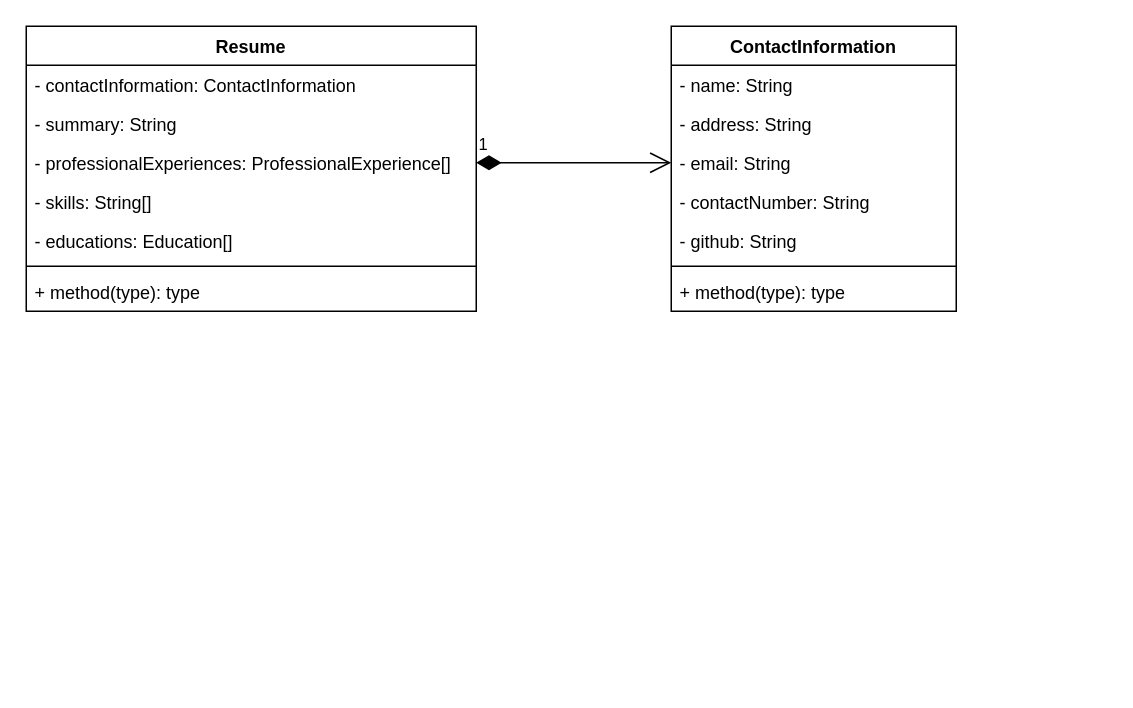
This is uml/resume.drawio from onlits-learning-solutions/ols2403, a draw.io file, before an edit. Source tidied: cells renumbered, new cells numbered last; positions are measured from the earlier drawing's top-left corner, leaving out a move shared by most shapes. Both pictures are drawn from the tidied source at 150%, with x=0, y=0 at pixel (26, 26).
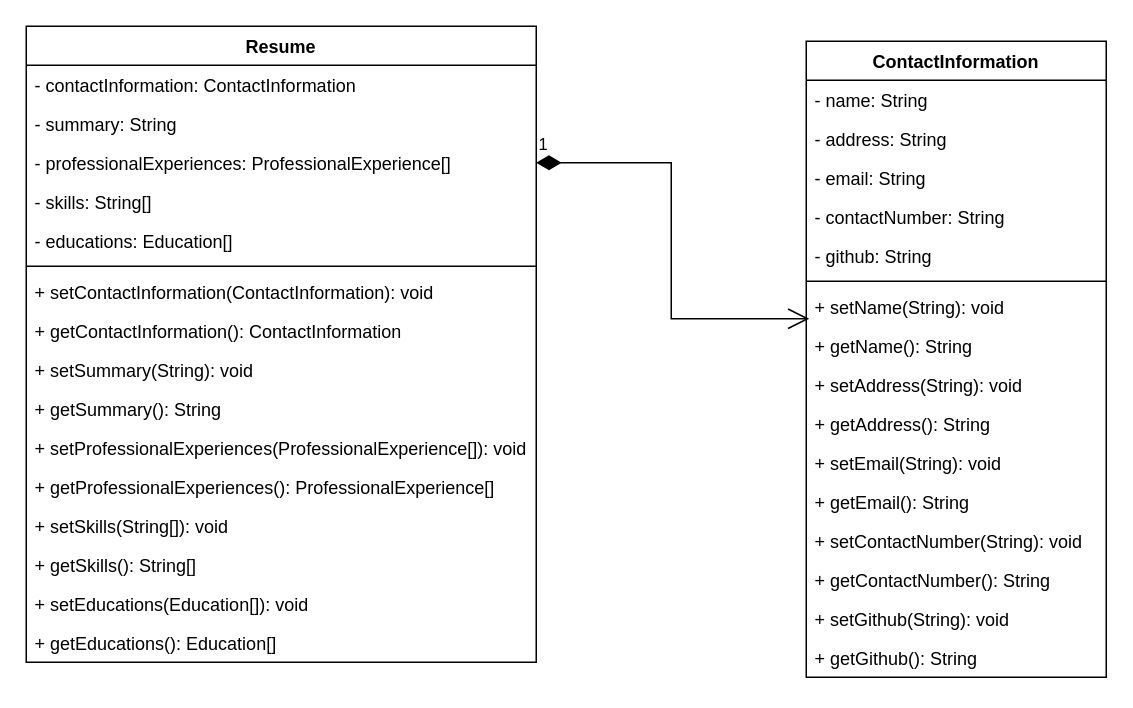
The same diagram, later.

Change to the diagram source:
```diff
@@
     <mxCell id="2" value="Resume" style="swimlane;fontStyle=1;align=center;verticalAlign=top;horizontal=1;startSize=26;whiteSpace=wrap;html=1;" parent="1" vertex="1">
-      <mxGeometry width="300" height="190" as="geometry" />
+      <mxGeometry width="340" height="424" as="geometry" />
     </mxCell>
     <mxCell id="3" value="- contactInformation: ContactInformation" style="text;strokeColor=none;fillColor=none;align=left;verticalAlign=top;spacingLeft=4;spacingRight=4;overflow=hidden;whiteSpace=wrap;html=1;" parent="2" vertex="1">
-      <mxGeometry y="26" width="300" height="26" as="geometry" />
+      <mxGeometry y="26" width="340" height="26" as="geometry" />
     </mxCell>
     <mxCell id="4" value="- summary: String" style="text;strokeColor=none;fillColor=none;align=left;verticalAlign=top;spacingLeft=4;spacingRight=4;overflow=hidden;whiteSpace=wrap;html=1;" parent="2" vertex="1">
-      <mxGeometry y="52" width="300" height="26" as="geometry" />
+      <mxGeometry y="52" width="340" height="26" as="geometry" />
     </mxCell>
     <mxCell id="5" value="- professionalExperiences: ProfessionalExperience[]" style="text;strokeColor=none;fillColor=none;align=left;verticalAlign=top;spacingLeft=4;spacingRight=4;overflow=hidden;points=[[0,0.5],[1,0.5]];portConstraint=eastwest;whiteSpace=wrap;html=1;" parent="2" vertex="1">
-      <mxGeometry y="78" width="300" height="26" as="geometry" />
+      <mxGeometry y="78" width="340" height="26" as="geometry" />
     </mxCell>
     <mxCell id="6" value="- skills: String[]" style="text;strokeColor=none;fillColor=none;align=left;verticalAlign=top;spacingLeft=4;spacingRight=4;overflow=hidden;whiteSpace=wrap;html=1;" parent="2" vertex="1">
-      <mxGeometry y="104" width="300" height="26" as="geometry" />
+      <mxGeometry y="104" width="340" height="26" as="geometry" />
     </mxCell>
     <mxCell id="7" value="- educations: Education[]" style="text;strokeColor=none;fillColor=none;align=left;verticalAlign=top;spacingLeft=4;spacingRight=4;overflow=hidden;whiteSpace=wrap;html=1;" parent="2" vertex="1">
-      <mxGeometry y="130" width="300" height="26" as="geometry" />
+      <mxGeometry y="130" width="340" height="26" as="geometry" />
     </mxCell>
     <mxCell id="8" style="line;strokeWidth=1;fillColor=none;align=left;verticalAlign=middle;spacingTop=-1;spacingLeft=3;spacingRight=3;labelPosition=right;strokeColor=inherit;" parent="2" vertex="1">
-      <mxGeometry y="156" width="300" height="8" as="geometry" />
+      <mxGeometry y="156" width="340" height="8" as="geometry" />
     </mxCell>
-    <mxCell id="9" value="+ method(type): type" style="text;strokeColor=none;fillColor=none;align=left;verticalAlign=top;spacingLeft=4;spacingRight=4;overflow=hidden;whiteSpace=wrap;html=1;" parent="2" vertex="1">
-      <mxGeometry y="164" width="300" height="26" as="geometry" />
+    <mxCell id="9" value="+ setContactInformation(ContactInformation): void" style="text;strokeColor=none;fillColor=none;align=left;verticalAlign=top;spacingLeft=4;spacingRight=4;overflow=hidden;whiteSpace=wrap;html=1;" parent="2" vertex="1">
+      <mxGeometry y="164" width="340" height="26" as="geometry" />
     </mxCell>
+    <mxCell id="19" value="+ getContactInformation(): ContactInformation" style="text;strokeColor=none;fillColor=none;align=left;verticalAlign=top;spacingLeft=4;spacingRight=4;overflow=hidden;whiteSpace=wrap;html=1;" parent="2" vertex="1">
+      <mxGeometry y="190" width="340" height="26" as="geometry" />
+    </mxCell>
+    <mxCell id="20" value="+ setSummary(String): void" style="text;strokeColor=none;fillColor=none;align=left;verticalAlign=top;spacingLeft=4;spacingRight=4;overflow=hidden;whiteSpace=wrap;html=1;" parent="2" vertex="1">
+      <mxGeometry y="216" width="340" height="26" as="geometry" />
+    </mxCell>
+    <mxCell id="21" value="+ getSummary(): String" style="text;strokeColor=none;fillColor=none;align=left;verticalAlign=top;spacingLeft=4;spacingRight=4;overflow=hidden;whiteSpace=wrap;html=1;" parent="2" vertex="1">
+      <mxGeometry y="242" width="340" height="26" as="geometry" />
+    </mxCell>
+    <mxCell id="22" value="+ setProfessionalExperiences(ProfessionalExperience[]): void" style="text;strokeColor=none;fillColor=none;align=left;verticalAlign=top;spacingLeft=4;spacingRight=4;overflow=hidden;whiteSpace=wrap;html=1;" parent="2" vertex="1">
+      <mxGeometry y="268" width="340" height="26" as="geometry" />
+    </mxCell>
+    <mxCell id="23" value="+ getProfessionalExperiences(): ProfessionalExperience[]" style="text;strokeColor=none;fillColor=none;align=left;verticalAlign=top;spacingLeft=4;spacingRight=4;overflow=hidden;whiteSpace=wrap;html=1;" parent="2" vertex="1">
+      <mxGeometry y="294" width="340" height="26" as="geometry" />
+    </mxCell>
+    <mxCell id="24" value="+ setSkills(String[]): void" style="text;strokeColor=none;fillColor=none;align=left;verticalAlign=top;spacingLeft=4;spacingRight=4;overflow=hidden;whiteSpace=wrap;html=1;" parent="2" vertex="1">
+      <mxGeometry y="320" width="340" height="26" as="geometry" />
+    </mxCell>
+    <mxCell id="25" value="+ getSkills(): String[]" style="text;strokeColor=none;fillColor=none;align=left;verticalAlign=top;spacingLeft=4;spacingRight=4;overflow=hidden;whiteSpace=wrap;html=1;" parent="2" vertex="1">
+      <mxGeometry y="346" width="340" height="26" as="geometry" />
+    </mxCell>
+    <mxCell id="26" value="+ setEducations(Education[]): void" style="text;strokeColor=none;fillColor=none;align=left;verticalAlign=top;spacingLeft=4;spacingRight=4;overflow=hidden;whiteSpace=wrap;html=1;" parent="2" vertex="1">
+      <mxGeometry y="372" width="340" height="26" as="geometry" />
+    </mxCell>
+    <mxCell id="27" value="+ getEducations(): Education[]" style="text;strokeColor=none;fillColor=none;align=left;verticalAlign=top;spacingLeft=4;spacingRight=4;overflow=hidden;whiteSpace=wrap;html=1;" parent="2" vertex="1">
+      <mxGeometry y="398" width="340" height="26" as="geometry" />
+    </mxCell>
+    <mxCell id="18" value="1" style="endArrow=open;html=1;endSize=12;startArrow=diamondThin;startSize=14;startFill=1;edgeStyle=orthogonalEdgeStyle;align=left;verticalAlign=bottom;rounded=0;entryX=0.01;entryY=0.808;entryDx=0;entryDy=0;exitX=1;exitY=0.5;exitDx=0;exitDy=0;entryPerimeter=0;" parent="1" edge="1" source="5" target="29">
+      <mxGeometry x="-1" y="3" relative="1" as="geometry" />
+    </mxCell>
     <mxCell id="10" value="ContactInformation" style="swimlane;fontStyle=1;align=center;verticalAlign=top;horizontal=1;startSize=26;whiteSpace=wrap;html=1;" parent="1" vertex="1">
-      <mxGeometry x="430" width="190" height="190" as="geometry" />
+      <mxGeometry x="520" y="10" width="200" height="424" as="geometry" />
     </mxCell>
     <mxCell id="11" value="- name: String" style="text;strokeColor=none;fillColor=none;align=left;verticalAlign=top;spacingLeft=4;spacingRight=4;overflow=hidden;whiteSpace=wrap;html=1;" parent="10" vertex="1">
-      <mxGeometry y="26" width="190" height="26" as="geometry" />
+      <mxGeometry y="26" width="200" height="26" as="geometry" />
     </mxCell>
     <mxCell id="12" value="- address: String" style="text;strokeColor=none;fillColor=none;align=left;verticalAlign=top;spacingLeft=4;spacingRight=4;overflow=hidden;whiteSpace=wrap;html=1;" parent="10" vertex="1">
-      <mxGeometry y="52" width="190" height="26" as="geometry" />
+      <mxGeometry y="52" width="200" height="26" as="geometry" />
     </mxCell>
     <mxCell id="13" value="- email: String" style="text;strokeColor=none;fillColor=none;align=left;verticalAlign=top;spacingLeft=4;spacingRight=4;overflow=hidden;points=[[0,0.5],[1,0.5]];portConstraint=eastwest;whiteSpace=wrap;html=1;" parent="10" vertex="1">
-      <mxGeometry y="78" width="190" height="26" as="geometry" />
+      <mxGeometry y="78" width="200" height="26" as="geometry" />
     </mxCell>
     <mxCell id="14" value="- contactNumber: String" style="text;strokeColor=none;fillColor=none;align=left;verticalAlign=top;spacingLeft=4;spacingRight=4;overflow=hidden;whiteSpace=wrap;html=1;" parent="10" vertex="1">
-      <mxGeometry y="104" width="190" height="26" as="geometry" />
+      <mxGeometry y="104" width="200" height="26" as="geometry" />
     </mxCell>
     <mxCell id="15" value="- github: String" style="text;strokeColor=none;fillColor=none;align=left;verticalAlign=top;spacingLeft=4;spacingRight=4;overflow=hidden;whiteSpace=wrap;html=1;" parent="10" vertex="1">
-      <mxGeometry y="130" width="190" height="26" as="geometry" />
+      <mxGeometry y="130" width="200" height="26" as="geometry" />
     </mxCell>
-    <mxCell id="16" style="line;strokeWidth=1;fillColor=none;align=left;verticalAlign=middle;spacingTop=-1;spacingLeft=3;spacingRight=3;labelPosition=right;strokeColor=inherit;" parent="10" vertex="1">
-      <mxGeometry y="156" width="190" height="8" as="geometry" />
-    </mxCell>
-    <mxCell id="17" value="+ method(type): type" style="text;strokeColor=none;fillColor=none;align=left;verticalAlign=top;spacingLeft=4;spacingRight=4;overflow=hidden;whiteSpace=wrap;html=1;" parent="10" vertex="1">
-      <mxGeometry y="164" width="190" height="26" as="geometry" />
-    </mxCell>
-    <mxCell id="18" value="1" style="endArrow=open;html=1;endSize=12;startArrow=diamondThin;startSize=14;startFill=1;edgeStyle=orthogonalEdgeStyle;align=left;verticalAlign=bottom;rounded=0;entryX=0;entryY=0.5;entryDx=0;entryDy=0;exitX=1;exitY=0.5;exitDx=0;exitDy=0;" parent="1" edge="1" source="5" target="13">
-      <mxGeometry x="-1" y="3" relative="1" as="geometry" />
-    </mxCell>
+    <mxCell id="28" style="line;strokeWidth=1;fillColor=none;align=left;verticalAlign=middle;spacingTop=-1;spacingLeft=3;spacingRight=3;labelPosition=right;strokeColor=inherit;" parent="10" vertex="1">
+      <mxGeometry y="156" width="200" height="8" as="geometry" />
+    </mxCell>
+    <mxCell id="29" value="+ setName(String): void" style="text;strokeColor=none;fillColor=none;align=left;verticalAlign=top;spacingLeft=4;spacingRight=4;overflow=hidden;points=[[0,0.5],[1,0.5]];portConstraint=eastwest;whiteSpace=wrap;html=1;" parent="10" vertex="1">
+      <mxGeometry y="164" width="200" height="26" as="geometry" />
+    </mxCell>
+    <mxCell id="30" value="+ getName(): String" style="text;strokeColor=none;fillColor=none;align=left;verticalAlign=top;spacingLeft=4;spacingRight=4;overflow=hidden;whiteSpace=wrap;html=1;" parent="10" vertex="1">
+      <mxGeometry y="190" width="200" height="26" as="geometry" />
+    </mxCell>
+    <mxCell id="31" value="+ setAddress(String): void" style="text;strokeColor=none;fillColor=none;align=left;verticalAlign=top;spacingLeft=4;spacingRight=4;overflow=hidden;whiteSpace=wrap;html=1;" parent="10" vertex="1">
+      <mxGeometry y="216" width="200" height="26" as="geometry" />
+    </mxCell>
+    <mxCell id="32" value="+ getAddress(): String" style="text;strokeColor=none;fillColor=none;align=left;verticalAlign=top;spacingLeft=4;spacingRight=4;overflow=hidden;whiteSpace=wrap;html=1;" parent="10" vertex="1">
+      <mxGeometry y="242" width="200" height="26" as="geometry" />
+    </mxCell>
+    <mxCell id="33" value="+ setEmail(String): void" style="text;strokeColor=none;fillColor=none;align=left;verticalAlign=top;spacingLeft=4;spacingRight=4;overflow=hidden;whiteSpace=wrap;html=1;" parent="10" vertex="1">
+      <mxGeometry y="268" width="200" height="26" as="geometry" />
+    </mxCell>
+    <mxCell id="34" value="+ getEmail(): String" style="text;strokeColor=none;fillColor=none;align=left;verticalAlign=top;spacingLeft=4;spacingRight=4;overflow=hidden;whiteSpace=wrap;html=1;" parent="10" vertex="1">
+      <mxGeometry y="294" width="200" height="26" as="geometry" />
+    </mxCell>
+    <mxCell id="35" value="+ setContactNumber(String): void" style="text;strokeColor=none;fillColor=none;align=left;verticalAlign=top;spacingLeft=4;spacingRight=4;overflow=hidden;whiteSpace=wrap;html=1;" parent="10" vertex="1">
+      <mxGeometry y="320" width="200" height="26" as="geometry" />
+    </mxCell>
+    <mxCell id="36" value="+ getContactNumber(): String" style="text;strokeColor=none;fillColor=none;align=left;verticalAlign=top;spacingLeft=4;spacingRight=4;overflow=hidden;whiteSpace=wrap;html=1;" parent="10" vertex="1">
+      <mxGeometry y="346" width="200" height="26" as="geometry" />
+    </mxCell>
+    <mxCell id="37" value="+ setGithub(String): void" style="text;strokeColor=none;fillColor=none;align=left;verticalAlign=top;spacingLeft=4;spacingRight=4;overflow=hidden;whiteSpace=wrap;html=1;" parent="10" vertex="1">
+      <mxGeometry y="372" width="200" height="26" as="geometry" />
+    </mxCell>
+    <mxCell id="38" value="+ getGithub(): String" style="text;strokeColor=none;fillColor=none;align=left;verticalAlign=top;spacingLeft=4;spacingRight=4;overflow=hidden;whiteSpace=wrap;html=1;" parent="10" vertex="1">
+      <mxGeometry y="398" width="200" height="26" as="geometry" />
+    </mxCell>
```
